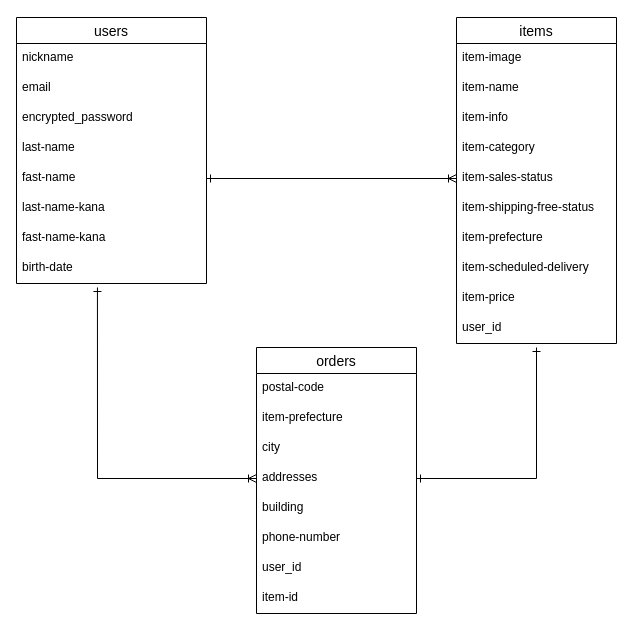
Earlier version of the draw.io diagram furima.dio (ruirui0810/furima-37335). Source tidied: cells renumbered, new cells numbered last; positions are measured from the earlier drawing's top-left corner, leaving out a move shared by most shapes. Both pictures are drawn from the tidied source at 100%, with x=0, y=0 at pixel (16, 17).
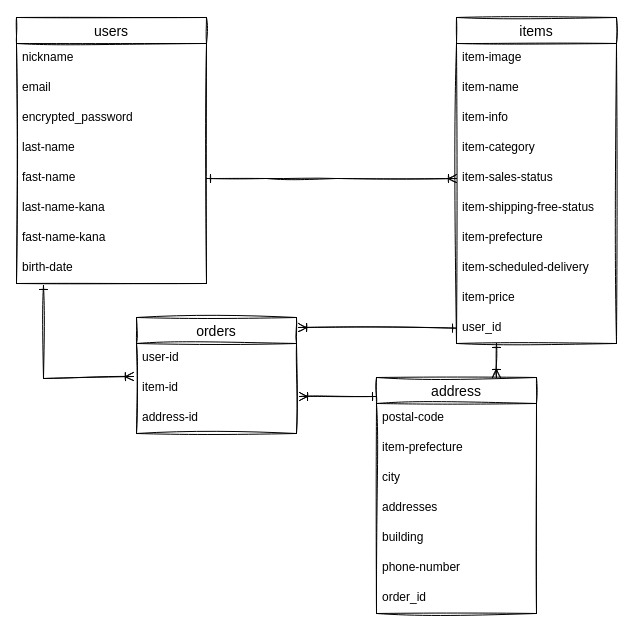
After the change.

Commit message (it also covers changes not shown here):
データベース設計３

Change to the diagram source:
```diff
@@
-    <mxCell id="2" value="orders" style="swimlane;fontStyle=0;horizontal=1;startSize=26;align=center;fontSize=14;" parent="1" vertex="1">
-      <mxGeometry x="240" y="330" width="160" height="266" as="geometry" />
+    <mxCell id="2" value="address" style="swimlane;fontStyle=0;horizontal=1;startSize=26;align=center;fontSize=14;sketch=1;" parent="1" vertex="1">
+      <mxGeometry x="360" y="360" width="160" height="236" as="geometry" />
     </mxCell>
-    <mxCell id="3" value="postal-code" style="text;strokeColor=none;fillColor=none;spacingLeft=4;spacingRight=4;overflow=hidden;fontSize=12;" parent="2" vertex="1">
+    <mxCell id="3" value="postal-code" style="text;strokeColor=none;fillColor=none;spacingLeft=4;spacingRight=4;overflow=hidden;fontSize=12;sketch=1;" parent="2" vertex="1">
       <mxGeometry y="26" width="160" height="30" as="geometry" />
     </mxCell>
-    <mxCell id="4" value="item-prefecture" style="text;strokeColor=none;fillColor=none;spacingLeft=4;spacingRight=4;overflow=hidden;fontSize=12;" parent="2" vertex="1">
+    <mxCell id="4" value="item-prefecture" style="text;strokeColor=none;fillColor=none;spacingLeft=4;spacingRight=4;overflow=hidden;fontSize=12;sketch=1;" parent="2" vertex="1">
       <mxGeometry y="56" width="160" height="30" as="geometry" />
     </mxCell>
-    <mxCell id="5" value="city" style="text;strokeColor=none;fillColor=none;spacingLeft=4;spacingRight=4;overflow=hidden;fontSize=12;" parent="2" vertex="1">
+    <mxCell id="5" value="city" style="text;strokeColor=none;fillColor=none;spacingLeft=4;spacingRight=4;overflow=hidden;fontSize=12;sketch=1;" parent="2" vertex="1">
       <mxGeometry y="86" width="160" height="30" as="geometry" />
     </mxCell>
-    <mxCell id="6" value="addresses" style="text;strokeColor=none;fillColor=none;spacingLeft=4;spacingRight=4;overflow=hidden;points=[[0,0.5],[1,0.5]];portConstraint=eastwest;fontSize=12;" parent="2" vertex="1">
+    <mxCell id="6" value="addresses" style="text;strokeColor=none;fillColor=none;spacingLeft=4;spacingRight=4;overflow=hidden;points=[[0,0.5],[1,0.5]];portConstraint=eastwest;fontSize=12;sketch=1;" parent="2" vertex="1">
       <mxGeometry y="116" width="160" height="30" as="geometry" />
     </mxCell>
-    <mxCell id="7" value="building" style="text;strokeColor=none;fillColor=none;spacingLeft=4;spacingRight=4;overflow=hidden;fontSize=12;" parent="2" vertex="1">
+    <mxCell id="7" value="building" style="text;strokeColor=none;fillColor=none;spacingLeft=4;spacingRight=4;overflow=hidden;fontSize=12;sketch=1;" parent="2" vertex="1">
       <mxGeometry y="146" width="160" height="30" as="geometry" />
     </mxCell>
-    <mxCell id="8" value="phone-number" style="text;strokeColor=none;fillColor=none;spacingLeft=4;spacingRight=4;overflow=hidden;fontSize=12;" parent="2" vertex="1">
+    <mxCell id="8" value="phone-number" style="text;strokeColor=none;fillColor=none;spacingLeft=4;spacingRight=4;overflow=hidden;fontSize=12;sketch=1;" parent="2" vertex="1">
       <mxGeometry y="176" width="160" height="30" as="geometry" />
     </mxCell>
-    <mxCell id="9" value="user_id" style="text;strokeColor=none;fillColor=none;spacingLeft=4;spacingRight=4;overflow=hidden;fontSize=12;" parent="2" vertex="1">
+    <mxCell id="9" value="order_id" style="text;strokeColor=none;fillColor=none;spacingLeft=4;spacingRight=4;overflow=hidden;fontSize=12;sketch=1;" parent="2" vertex="1">
       <mxGeometry y="206" width="160" height="30" as="geometry" />
     </mxCell>
-    <mxCell id="10" value="item-id" style="text;strokeColor=none;fillColor=none;spacingLeft=4;spacingRight=4;overflow=hidden;points=[[0,0.5],[1,0.5]];portConstraint=eastwest;fontSize=12;" parent="2" vertex="1">
-      <mxGeometry y="236" width="160" height="30" as="geometry" />
-    </mxCell>
-    <mxCell id="11" value="items" style="swimlane;fontStyle=0;horizontal=1;startSize=26;align=center;fontSize=14;" parent="1" vertex="1">
+    <mxCell id="11" value="items" style="swimlane;fontStyle=0;horizontal=1;startSize=26;align=center;fontSize=14;sketch=1;" parent="1" vertex="1">
       <mxGeometry x="440" width="160" height="326" as="geometry" />
     </mxCell>
-    <mxCell id="12" value="item-image" style="text;strokeColor=none;fillColor=none;spacingLeft=4;spacingRight=4;overflow=hidden;fontSize=12;" parent="11" vertex="1">
+    <mxCell id="12" value="item-image" style="text;strokeColor=none;fillColor=none;spacingLeft=4;spacingRight=4;overflow=hidden;fontSize=12;sketch=1;" parent="11" vertex="1">
       <mxGeometry y="26" width="160" height="30" as="geometry" />
     </mxCell>
-    <mxCell id="13" value="item-name" style="text;strokeColor=none;fillColor=none;spacingLeft=4;spacingRight=4;overflow=hidden;fontSize=12;" parent="11" vertex="1">
+    <mxCell id="13" value="item-name" style="text;strokeColor=none;fillColor=none;spacingLeft=4;spacingRight=4;overflow=hidden;fontSize=12;sketch=1;" parent="11" vertex="1">
       <mxGeometry y="56" width="160" height="30" as="geometry" />
     </mxCell>
-    <mxCell id="14" value="item-info" style="text;strokeColor=none;fillColor=none;spacingLeft=4;spacingRight=4;overflow=hidden;fontSize=12;" parent="11" vertex="1">
+    <mxCell id="14" value="item-info" style="text;strokeColor=none;fillColor=none;spacingLeft=4;spacingRight=4;overflow=hidden;fontSize=12;sketch=1;" parent="11" vertex="1">
       <mxGeometry y="86" width="160" height="30" as="geometry" />
     </mxCell>
-    <mxCell id="15" value="item-category" style="text;strokeColor=none;fillColor=none;spacingLeft=4;spacingRight=4;overflow=hidden;fontSize=12;" parent="11" vertex="1">
+    <mxCell id="15" value="item-category" style="text;strokeColor=none;fillColor=none;spacingLeft=4;spacingRight=4;overflow=hidden;fontSize=12;sketch=1;" parent="11" vertex="1">
       <mxGeometry y="116" width="160" height="30" as="geometry" />
     </mxCell>
-    <mxCell id="16" value="item-sales-status" style="text;strokeColor=none;fillColor=none;spacingLeft=4;spacingRight=4;overflow=hidden;points=[[0,0.5],[1,0.5]];portConstraint=eastwest;fontSize=12;" parent="11" vertex="1">
+    <mxCell id="16" value="item-sales-status" style="text;strokeColor=none;fillColor=none;spacingLeft=4;spacingRight=4;overflow=hidden;points=[[0,0.5],[1,0.5]];portConstraint=eastwest;fontSize=12;sketch=1;" parent="11" vertex="1">
       <mxGeometry y="146" width="160" height="30" as="geometry" />
     </mxCell>
-    <mxCell id="17" value="item-shipping-free-status" style="text;strokeColor=none;fillColor=none;spacingLeft=4;spacingRight=4;overflow=hidden;fontSize=12;" parent="11" vertex="1">
+    <mxCell id="17" value="item-shipping-free-status" style="text;strokeColor=none;fillColor=none;spacingLeft=4;spacingRight=4;overflow=hidden;fontSize=12;sketch=1;" parent="11" vertex="1">
       <mxGeometry y="176" width="160" height="30" as="geometry" />
     </mxCell>
-    <mxCell id="18" value="item-prefecture" style="text;strokeColor=none;fillColor=none;spacingLeft=4;spacingRight=4;overflow=hidden;fontSize=12;" parent="11" vertex="1">
+    <mxCell id="18" value="item-prefecture" style="text;strokeColor=none;fillColor=none;spacingLeft=4;spacingRight=4;overflow=hidden;fontSize=12;sketch=1;" parent="11" vertex="1">
       <mxGeometry y="206" width="160" height="30" as="geometry" />
     </mxCell>
-    <mxCell id="19" value="item-scheduled-delivery" style="text;strokeColor=none;fillColor=none;spacingLeft=4;spacingRight=4;overflow=hidden;fontSize=12;" parent="11" vertex="1">
+    <mxCell id="19" value="item-scheduled-delivery" style="text;strokeColor=none;fillColor=none;spacingLeft=4;spacingRight=4;overflow=hidden;fontSize=12;sketch=1;" parent="11" vertex="1">
       <mxGeometry y="236" width="160" height="30" as="geometry" />
     </mxCell>
-    <mxCell id="20" value="item-price&#10;" style="text;strokeColor=none;fillColor=none;spacingLeft=4;spacingRight=4;overflow=hidden;fontSize=12;" parent="11" vertex="1">
+    <mxCell id="20" value="item-price&#10;" style="text;strokeColor=none;fillColor=none;spacingLeft=4;spacingRight=4;overflow=hidden;fontSize=12;sketch=1;" parent="11" vertex="1">
       <mxGeometry y="266" width="160" height="30" as="geometry" />
     </mxCell>
-    <mxCell id="21" value="user_id" style="text;strokeColor=none;fillColor=none;spacingLeft=4;spacingRight=4;overflow=hidden;points=[[0,0.5],[1,0.5]];portConstraint=eastwest;fontSize=12;" parent="11" vertex="1">
+    <mxCell id="21" value="user_id" style="text;strokeColor=none;fillColor=none;spacingLeft=4;spacingRight=4;overflow=hidden;points=[[0,0.5],[1,0.5]];portConstraint=eastwest;fontSize=12;sketch=1;" parent="11" vertex="1">
       <mxGeometry y="296" width="160" height="30" as="geometry" />
     </mxCell>
-    <mxCell id="22" value="users" style="swimlane;fontStyle=0;horizontal=1;startSize=26;align=center;fontSize=14;" parent="1" vertex="1">
+    <mxCell id="22" value="users" style="swimlane;fontStyle=0;horizontal=1;startSize=26;align=center;fontSize=14;sketch=1;" parent="1" vertex="1">
       <mxGeometry width="190" height="266" as="geometry" />
     </mxCell>
-    <mxCell id="23" value="nickname" style="text;strokeColor=none;fillColor=none;spacingLeft=4;spacingRight=4;overflow=hidden;fontSize=12;" parent="22" vertex="1">
+    <mxCell id="23" value="nickname" style="text;strokeColor=none;fillColor=none;spacingLeft=4;spacingRight=4;overflow=hidden;fontSize=12;sketch=1;" parent="22" vertex="1">
       <mxGeometry y="26" width="190" height="30" as="geometry" />
     </mxCell>
-    <mxCell id="24" value="email" style="text;strokeColor=none;fillColor=none;spacingLeft=4;spacingRight=4;overflow=hidden;fontSize=12;" parent="22" vertex="1">
+    <mxCell id="24" value="email" style="text;strokeColor=none;fillColor=none;spacingLeft=4;spacingRight=4;overflow=hidden;fontSize=12;sketch=1;" parent="22" vertex="1">
       <mxGeometry y="56" width="190" height="30" as="geometry" />
     </mxCell>
-    <mxCell id="25" value="encrypted_password" style="text;strokeColor=none;fillColor=none;spacingLeft=4;spacingRight=4;overflow=hidden;fontSize=12;" parent="22" vertex="1">
+    <mxCell id="25" value="encrypted_password" style="text;strokeColor=none;fillColor=none;spacingLeft=4;spacingRight=4;overflow=hidden;fontSize=12;sketch=1;" parent="22" vertex="1">
       <mxGeometry y="86" width="190" height="30" as="geometry" />
     </mxCell>
-    <mxCell id="26" value="last-name" style="text;strokeColor=none;fillColor=none;spacingLeft=4;spacingRight=4;overflow=hidden;fontSize=12;" parent="22" vertex="1">
+    <mxCell id="26" value="last-name" style="text;strokeColor=none;fillColor=none;spacingLeft=4;spacingRight=4;overflow=hidden;fontSize=12;sketch=1;" parent="22" vertex="1">
       <mxGeometry y="116" width="190" height="30" as="geometry" />
     </mxCell>
-    <mxCell id="27" value="fast-name" style="text;strokeColor=none;fillColor=none;spacingLeft=4;spacingRight=4;overflow=hidden;points=[[0,0.5],[1,0.5]];portConstraint=eastwest;fontSize=12;" parent="22" vertex="1">
+    <mxCell id="27" value="fast-name" style="text;strokeColor=none;fillColor=none;spacingLeft=4;spacingRight=4;overflow=hidden;points=[[0,0.5],[1,0.5]];portConstraint=eastwest;fontSize=12;sketch=1;" parent="22" vertex="1">
       <mxGeometry y="146" width="190" height="30" as="geometry" />
     </mxCell>
-    <mxCell id="28" value="last-name-kana" style="text;strokeColor=none;fillColor=none;spacingLeft=4;spacingRight=4;overflow=hidden;fontSize=12;" parent="22" vertex="1">
+    <mxCell id="28" value="last-name-kana" style="text;strokeColor=none;fillColor=none;spacingLeft=4;spacingRight=4;overflow=hidden;fontSize=12;sketch=1;" parent="22" vertex="1">
       <mxGeometry y="176" width="190" height="30" as="geometry" />
     </mxCell>
-    <mxCell id="29" value="fast-name-kana" style="text;strokeColor=none;fillColor=none;spacingLeft=4;spacingRight=4;overflow=hidden;fontSize=12;" parent="22" vertex="1">
+    <mxCell id="29" value="fast-name-kana" style="text;strokeColor=none;fillColor=none;spacingLeft=4;spacingRight=4;overflow=hidden;fontSize=12;sketch=1;" parent="22" vertex="1">
       <mxGeometry y="206" width="190" height="30" as="geometry" />
     </mxCell>
-    <mxCell id="30" value="birth-date" style="text;strokeColor=none;fillColor=none;spacingLeft=4;spacingRight=4;overflow=hidden;points=[[0,0.5],[1,0.5]];portConstraint=eastwest;fontSize=12;" parent="22" vertex="1">
+    <mxCell id="30" value="birth-date" style="text;strokeColor=none;fillColor=none;spacingLeft=4;spacingRight=4;overflow=hidden;points=[[0,0.5],[1,0.5]];portConstraint=eastwest;fontSize=12;sketch=1;" parent="22" vertex="1">
       <mxGeometry y="236" width="190" height="30" as="geometry" />
     </mxCell>
-    <mxCell id="31" style="fontSize=12;html=1;endArrow=ERone;startArrow=ERone;endFill=0;startFill=0;rounded=0;exitX=1;exitY=0.5;exitDx=0;exitDy=0;" parent="1" edge="1" source="6">
-      <mxGeometry relative="1" as="geometry">
-        <mxPoint x="520" y="330" as="targetPoint" />
-        <Array as="points">
-          <mxPoint x="520" y="461" />
-        </Array>
-      </mxGeometry>
-    </mxCell>
-    <mxCell id="32" style="fontSize=12;html=1;endArrow=ERoneToMany;rounded=0;entryX=0;entryY=0.5;entryDx=0;entryDy=0;exitX=1;exitY=0.5;exitDx=0;exitDy=0;startArrow=ERone;startFill=0;" parent="1" edge="1" source="27" target="16">
-      <mxGeometry relative="1" as="geometry" />
+    <mxCell id="32" style="fontSize=12;html=1;endArrow=ERoneToMany;rounded=0;entryX=0;entryY=0.5;entryDx=0;entryDy=0;exitX=1;exitY=0.5;exitDx=0;exitDy=0;startArrow=ERone;startFill=0;sketch=1;" parent="1" edge="1" source="27" target="16">
+      <mxGeometry relative="1" as="geometry">
+        <Array as="points">
+          <mxPoint x="250" y="161" />
+          <mxPoint x="320" y="161" />
+        </Array>
+      </mxGeometry>
     </mxCell>
-    <mxCell id="33" style="fontSize=12;html=1;endArrow=ERoneToMany;rounded=0;exitX=0.426;exitY=1.133;exitDx=0;exitDy=0;exitPerimeter=0;entryX=0;entryY=0.5;entryDx=0;entryDy=0;startArrow=ERone;startFill=0;" parent="1" edge="1" source="30" target="6">
+    <mxCell id="33" style="fontSize=12;html=1;endArrow=ERoneToMany;rounded=0;exitX=0.142;exitY=1.067;exitDx=0;exitDy=0;exitPerimeter=0;startArrow=ERone;startFill=0;entryX=-0.019;entryY=0.1;entryDx=0;entryDy=0;entryPerimeter=0;sketch=1;" parent="1" edge="1" source="30" target="10">
       <mxGeometry relative="1" as="geometry">
         <Array as="points">
-          <mxPoint x="81" y="461" />
+          <mxPoint x="27" y="361" />
         </Array>
       </mxGeometry>
     </mxCell>
+    <mxCell id="34" value="orders" style="swimlane;fontStyle=0;horizontal=1;startSize=26;align=center;fontSize=14;sketch=1;" parent="1" vertex="1">
+      <mxGeometry x="120" y="300" width="160" height="116" as="geometry" />
+    </mxCell>
+    <mxCell id="35" value="user-id" style="text;strokeColor=none;fillColor=none;spacingLeft=4;spacingRight=4;overflow=hidden;fontSize=12;sketch=1;" parent="34" vertex="1">
+      <mxGeometry y="26" width="160" height="30" as="geometry" />
+    </mxCell>
+    <mxCell id="10" value="item-id" style="text;strokeColor=none;fillColor=none;spacingLeft=4;spacingRight=4;overflow=hidden;points=[[0,0.5],[1,0.5]];portConstraint=eastwest;fontSize=12;sketch=1;" parent="34" vertex="1">
+      <mxGeometry y="56" width="160" height="30" as="geometry" />
+    </mxCell>
+    <mxCell id="36" value="address-id" style="text;strokeColor=none;fillColor=none;spacingLeft=4;spacingRight=4;overflow=hidden;fontSize=12;sketch=1;" parent="34" vertex="1">
+      <mxGeometry y="86" width="160" height="30" as="geometry" />
+    </mxCell>
+    <mxCell id="37" style="endArrow=ERone;html=1;rounded=0;entryX=0.25;entryY=1;entryDx=0;entryDy=0;exitX=0.75;exitY=0;exitDx=0;exitDy=0;endFill=0;startArrow=ERoneToMany;startFill=0;sketch=1;entryPerimeter=0;" parent="1" edge="1" source="2" target="21">
+      <mxGeometry relative="1" as="geometry" />
+    </mxCell>
+    <mxCell id="38" style="endArrow=ERone;html=1;rounded=0;exitX=1.019;exitY=0.767;exitDx=0;exitDy=0;exitPerimeter=0;endFill=0;sketch=1;startArrow=ERoneToMany;startFill=0;" parent="1" edge="1" source="10">
+      <mxGeometry relative="1" as="geometry">
+        <mxPoint x="360" y="379" as="targetPoint" />
+      </mxGeometry>
+    </mxCell>
+    <mxCell id="39" style="endArrow=ERone;html=1;rounded=0;sketch=1;exitX=1.013;exitY=0.086;exitDx=0;exitDy=0;exitPerimeter=0;endFill=0;startArrow=ERoneToMany;startFill=0;" parent="1" edge="1" source="34" target="21">
+      <mxGeometry relative="1" as="geometry" />
+    </mxCell>
```
